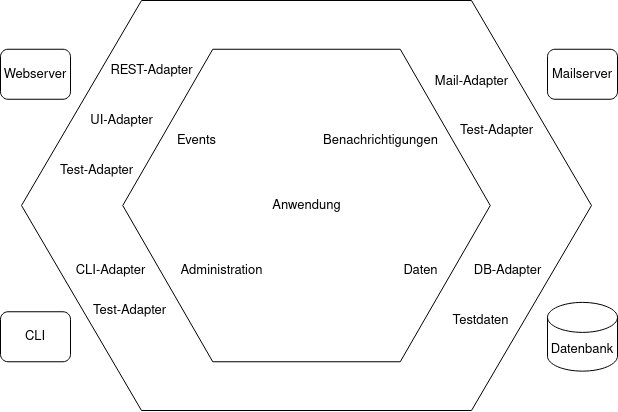
This is thesis/figures/HexagonalDesignConcept.png from Simon-Hi5/bachelor-thesis, a draw.io export, as it was before one commit. Source tidied: cells renumbered, new cells last; positions are measured from the earlier drawing's top-left corner, leaving out a move shared by most shapes.
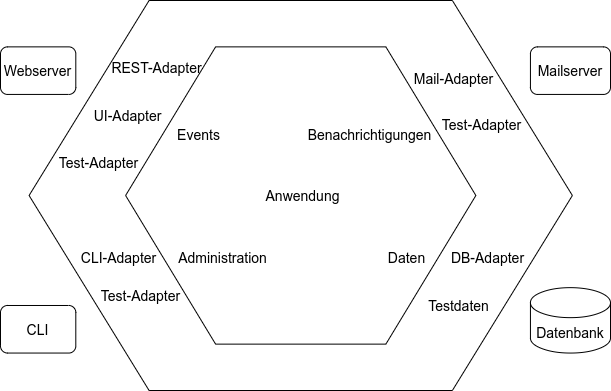
After the change.

Diff of the diagram source:
```diff
@@ -2,65 +2,68 @@
   <root>
     <mxCell id="0" />
     <mxCell id="1" parent="0" />
+    <mxCell id="22" style="group;" parent="1" vertex="1">
+      <mxGeometry x="-10" width="610" height="390" as="geometry" />
+    </mxCell>
-    <mxCell id="2" style="shape=hexagon;perimeter=hexagonPerimeter2;whiteSpace=wrap;html=1;fixedSize=1;fontSize=12;size=120;" parent="1" vertex="1">
-      <mxGeometry x="21" width="570" height="410" as="geometry" />
+    <mxCell id="2" style="shape=hexagon;perimeter=hexagonPerimeter2;whiteSpace=wrap;html=1;fixedSize=1;fontSize=12;size=120;" parent="22" vertex="1">
+      <mxGeometry x="28.6" width="543.3" height="390" as="geometry" />
     </mxCell>
-    <mxCell id="3" style="shape=hexagon;perimeter=hexagonPerimeter2;whiteSpace=wrap;html=1;fixedSize=1;fontSize=12;size=90;" parent="1" vertex="1">
-      <mxGeometry x="122.2" y="48.8" width="367.5" height="312.5" as="geometry" />
+    <mxCell id="3" style="shape=hexagon;perimeter=hexagonPerimeter2;whiteSpace=wrap;html=1;fixedSize=1;fontSize=12;size=90;" parent="22" vertex="1">
+      <mxGeometry x="125.1" y="46.4" width="350.3" height="297.3" as="geometry" />
     </mxCell>
-    <mxCell id="4" value="&lt;font style=&quot;font-size: 13px&quot;&gt;Datenbank&lt;/font&gt;" style="shape=cylinder3;whiteSpace=wrap;html=1;boundedLbl=1;backgroundOutline=1;size=15;fontSize=12;" parent="1" vertex="1">
-      <mxGeometry x="547" y="301.9" width="70" height="68.8" as="geometry" />
+    <mxCell id="4" value="&lt;font style=&quot;font-size: 14px&quot;&gt;Datenbank&lt;/font&gt;" style="shape=cylinder3;whiteSpace=wrap;html=1;boundedLbl=1;backgroundOutline=1;size=15;fontSize=12;" parent="22" vertex="1">
+      <mxGeometry x="529.9" y="287.2" width="80.1" height="65.4" as="geometry" />
     </mxCell>
-    <mxCell id="5" value="Anwendung" style="text;html=1;align=center;verticalAlign=middle;strokeColor=none;fillColor=none;fontSize=13;" parent="1" vertex="1">
-      <mxGeometry x="266" y="195" width="80" height="20" as="geometry" />
+    <mxCell id="5" value="&lt;font style=&quot;font-size: 14px&quot;&gt;Anwendung&lt;/font&gt;" style="text;html=1;align=center;verticalAlign=middle;strokeColor=none;fillColor=none;fontSize=13;" parent="22" vertex="1">
+      <mxGeometry x="257.3" y="185.5" width="90" height="20" as="geometry" />
     </mxCell>
-    <mxCell id="6" value="Events" style="text;html=1;align=center;verticalAlign=middle;strokeColor=none;fillColor=none;fontSize=13;" parent="1" vertex="1">
-      <mxGeometry x="171" y="130" width="50" height="20" as="geometry" />
+    <mxCell id="6" value="&lt;font style=&quot;font-size: 14px&quot;&gt;Events&lt;/font&gt;" style="text;html=1;align=center;verticalAlign=middle;strokeColor=none;fillColor=none;fontSize=13;" parent="22" vertex="1">
+      <mxGeometry x="167.8" y="123.7" width="60" height="20" as="geometry" />
     </mxCell>
-    <mxCell id="7" value="Daten" style="text;html=1;align=center;verticalAlign=middle;strokeColor=none;fillColor=none;fontSize=13;" parent="1" vertex="1">
-      <mxGeometry x="395" y="260" width="50" height="20" as="geometry" />
-    </mxCell>
-    <mxCell id="8" value="Administration" style="text;html=1;align=center;verticalAlign=middle;strokeColor=none;fillColor=none;fontSize=13;" parent="1" vertex="1">
-      <mxGeometry x="171" y="260" width="100" height="20" as="geometry" />
+    <mxCell id="8" value="&lt;font style=&quot;font-size: 14px&quot;&gt;Administration&lt;/font&gt;" style="text;html=1;align=center;verticalAlign=middle;strokeColor=none;fillColor=none;fontSize=13;" parent="22" vertex="1">
+      <mxGeometry x="171.6" y="247.3" width="100" height="20" as="geometry" />
     </mxCell>
-    <mxCell id="9" value="Benachrichtigungen" style="text;html=1;align=center;verticalAlign=middle;strokeColor=none;fillColor=none;fontSize=13;" parent="1" vertex="1">
-      <mxGeometry x="315" y="130" width="130" height="20" as="geometry" />
-    </mxCell>
-    <mxCell id="10" value="REST-Adapter" style="text;html=1;align=center;verticalAlign=middle;strokeColor=none;fillColor=none;fontSize=13;" parent="1" vertex="1">
-      <mxGeometry x="101" y="60" width="100" height="20" as="geometry" />
-    </mxCell>
-    <mxCell id="11" value="UI-Adapter" style="text;html=1;align=center;verticalAlign=middle;strokeColor=none;fillColor=none;fontSize=13;" parent="1" vertex="1">
-      <mxGeometry x="81" y="110" width="80" height="20" as="geometry" />
+    <mxCell id="11" value="&lt;font style=&quot;font-size: 14px&quot;&gt;UI-Adapter&lt;/font&gt;" style="text;html=1;align=center;verticalAlign=middle;strokeColor=none;fillColor=none;fontSize=13;" parent="22" vertex="1">
+      <mxGeometry x="86.8" y="104.6" width="80" height="20" as="geometry" />
     </mxCell>
-    <mxCell id="12" value="DB-Adapter" style="text;html=1;align=center;verticalAlign=middle;strokeColor=none;fillColor=none;fontSize=13;" parent="1" vertex="1">
-      <mxGeometry x="467" y="260" width="80" height="20" as="geometry" />
+    <mxCell id="12" value="&lt;font style=&quot;font-size: 14px&quot;&gt;DB-Adapter&lt;/font&gt;" style="text;html=1;align=center;verticalAlign=middle;strokeColor=none;fillColor=none;fontSize=13;" parent="22" vertex="1">
+      <mxGeometry x="441.9" y="247.3" width="90" height="20" as="geometry" />
     </mxCell>
-    <mxCell id="13" value="Mail-Adapter" style="text;html=1;align=center;verticalAlign=middle;strokeColor=none;fillColor=none;fontSize=13;" parent="1" vertex="1">
-      <mxGeometry x="426" y="71" width="90" height="20" as="geometry" />
-    </mxCell>
-    <mxCell id="14" value="CLI-Adapter" style="text;html=1;align=center;verticalAlign=middle;strokeColor=none;fillColor=none;fontSize=13;" parent="1" vertex="1">
-      <mxGeometry x="65" y="260" width="90" height="20" as="geometry" />
+    <mxCell id="14" value="&lt;font style=&quot;font-size: 14px&quot;&gt;CLI-Adapter&lt;/font&gt;" style="text;html=1;align=center;verticalAlign=middle;strokeColor=none;fillColor=none;fontSize=13;" parent="22" vertex="1">
+      <mxGeometry x="72.5" y="247.3" width="90" height="20" as="geometry" />
     </mxCell>
-    <mxCell id="15" value="Test-Adapter" style="text;html=1;align=center;verticalAlign=middle;strokeColor=none;fillColor=none;fontSize=13;" parent="1" vertex="1">
-      <mxGeometry x="84" y="300" width="90" height="20" as="geometry" />
+    <mxCell id="15" value="&lt;font style=&quot;font-size: 14px&quot;&gt;Test-Adapter&lt;/font&gt;" style="text;html=1;align=center;verticalAlign=middle;strokeColor=none;fillColor=none;fontSize=13;" parent="22" vertex="1">
+      <mxGeometry x="94.6" y="285.4" width="90" height="20" as="geometry" />
     </mxCell>
-    <mxCell id="16" value="Testdaten" style="text;html=1;align=center;verticalAlign=middle;strokeColor=none;fillColor=none;fontSize=13;" parent="1" vertex="1">
-      <mxGeometry x="445" y="310" width="70" height="20" as="geometry" />
+    <mxCell id="16" value="&lt;font style=&quot;font-size: 14px&quot;&gt;Testdaten&lt;/font&gt;" style="text;html=1;align=center;verticalAlign=middle;strokeColor=none;fillColor=none;fontSize=13;" parent="22" vertex="1">
+      <mxGeometry x="418" y="294.9" width="80" height="20" as="geometry" />
     </mxCell>
-    <mxCell id="17" value="Test-Adapter" style="text;html=1;align=center;verticalAlign=middle;strokeColor=none;fillColor=none;fontSize=13;" parent="1" vertex="1">
-      <mxGeometry x="51" y="160" width="90" height="20" as="geometry" />
+    <mxCell id="17" value="&lt;font style=&quot;font-size: 14px&quot;&gt;Test-Adapter&lt;/font&gt;" style="text;html=1;align=center;verticalAlign=middle;strokeColor=none;fillColor=none;fontSize=13;" parent="22" vertex="1">
+      <mxGeometry x="53.2" y="152.2" width="90" height="20" as="geometry" />
     </mxCell>
-    <mxCell id="18" value="Test-Adapter" style="text;html=1;align=center;verticalAlign=middle;strokeColor=none;fillColor=none;fontSize=13;" parent="1" vertex="1">
-      <mxGeometry x="451" y="120" width="90" height="20" as="geometry" />
+    <mxCell id="18" value="&lt;font style=&quot;font-size: 14px&quot;&gt;Test-Adapter&lt;/font&gt;" style="text;html=1;align=center;verticalAlign=middle;strokeColor=none;fillColor=none;fontSize=13;" parent="22" vertex="1">
+      <mxGeometry x="436.4" y="114.1" width="90" height="20" as="geometry" />
     </mxCell>
-    <mxCell id="19" value="&lt;font style=&quot;font-size: 13px&quot;&gt;Mailserver&lt;/font&gt;" style="rounded=1;whiteSpace=wrap;html=1;fontSize=12;" parent="1" vertex="1">
-      <mxGeometry x="547" y="48.8" width="70" height="50" as="geometry" />
+    <mxCell id="19" value="&lt;font style=&quot;font-size: 14px&quot;&gt;Mailserver&lt;/font&gt;" style="rounded=1;whiteSpace=wrap;html=1;fontSize=12;" parent="22" vertex="1">
+      <mxGeometry x="529.9" y="46.4" width="80.1" height="47.6" as="geometry" />
     </mxCell>
-    <mxCell id="20" value="&lt;font style=&quot;font-size: 13px&quot;&gt;Webserver&lt;/font&gt;" style="rounded=1;whiteSpace=wrap;html=1;fontSize=12;" parent="1" vertex="1">
-      <mxGeometry y="48.8" width="70" height="50" as="geometry" />
+    <mxCell id="20" value="&lt;font style=&quot;font-size: 14px&quot;&gt;Webserver&lt;/font&gt;" style="rounded=1;whiteSpace=wrap;html=1;fontSize=12;" parent="22" vertex="1">
+      <mxGeometry y="46.4" width="75.3" height="47.6" as="geometry" />
     </mxCell>
-    <mxCell id="21" value="&lt;font style=&quot;font-size: 13px&quot;&gt;CLI&lt;/font&gt;" style="rounded=1;whiteSpace=wrap;html=1;fontSize=12;" parent="1" vertex="1">
-      <mxGeometry y="311.3" width="70" height="50" as="geometry" />
+    <mxCell id="21" value="&lt;font style=&quot;font-size: 14px&quot;&gt;CLI&lt;/font&gt;" style="rounded=1;whiteSpace=wrap;html=1;fontSize=12;" parent="22" vertex="1">
+      <mxGeometry y="305" width="75.3" height="47.6" as="geometry" />
     </mxCell>
+    <mxCell id="13" value="&lt;font style=&quot;font-size: 14px&quot;&gt;Mail-Adapter&lt;/font&gt;" style="text;html=1;align=center;verticalAlign=middle;strokeColor=none;fillColor=none;fontSize=13;" parent="1" vertex="1">
+      <mxGeometry x="397.6" y="67.5" width="90" height="20" as="geometry" />
+    </mxCell>
+    <mxCell id="10" value="&lt;font style=&quot;font-size: 14px&quot;&gt;REST-Adapter&lt;/font&gt;" style="text;html=1;align=center;verticalAlign=middle;strokeColor=none;fillColor=none;fontSize=13;" parent="1" vertex="1">
+      <mxGeometry x="91.1" y="57.1" width="110" height="20" as="geometry" />
+    </mxCell>
+    <mxCell id="9" value="&lt;font style=&quot;font-size: 14px&quot;&gt;Benachrichtigungen&lt;/font&gt;" style="text;html=1;align=center;verticalAlign=middle;strokeColor=none;fillColor=none;fontSize=13;" parent="1" vertex="1">
+      <mxGeometry x="289" y="123.7" width="140" height="20" as="geometry" />
+    </mxCell>
+    <mxCell id="7" value="&lt;font style=&quot;font-size: 14px&quot;&gt;Daten&lt;/font&gt;" style="text;html=1;align=center;verticalAlign=middle;strokeColor=none;fillColor=none;fontSize=13;" parent="1" vertex="1">
+      <mxGeometry x="371.1" y="247.3" width="50" height="20" as="geometry" />
+    </mxCell>
   </root>
 </mxGraphModel>
```
